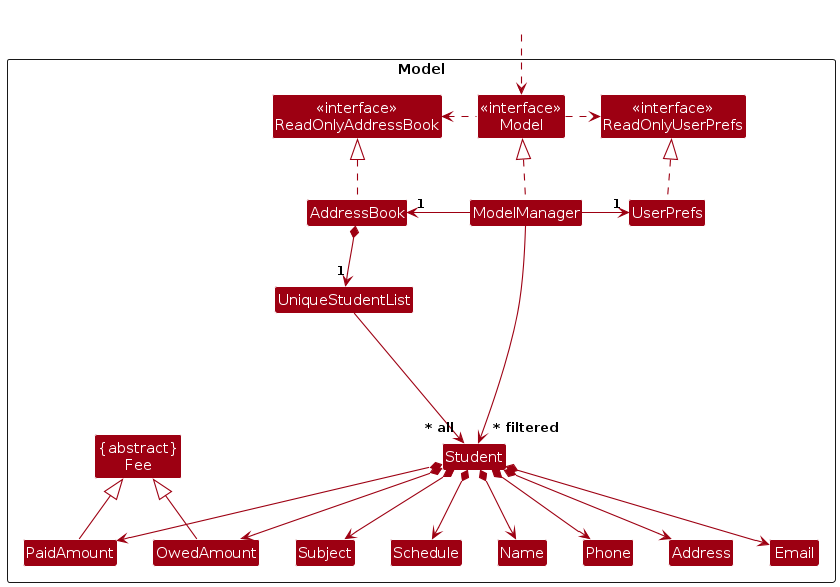
Above: diagrams/ModelClassDiagram.png in Soumyadip-cmd/tp (PlantUML), before the change. Its source is kept beside it as diagrams/ModelClassDiagram.puml.
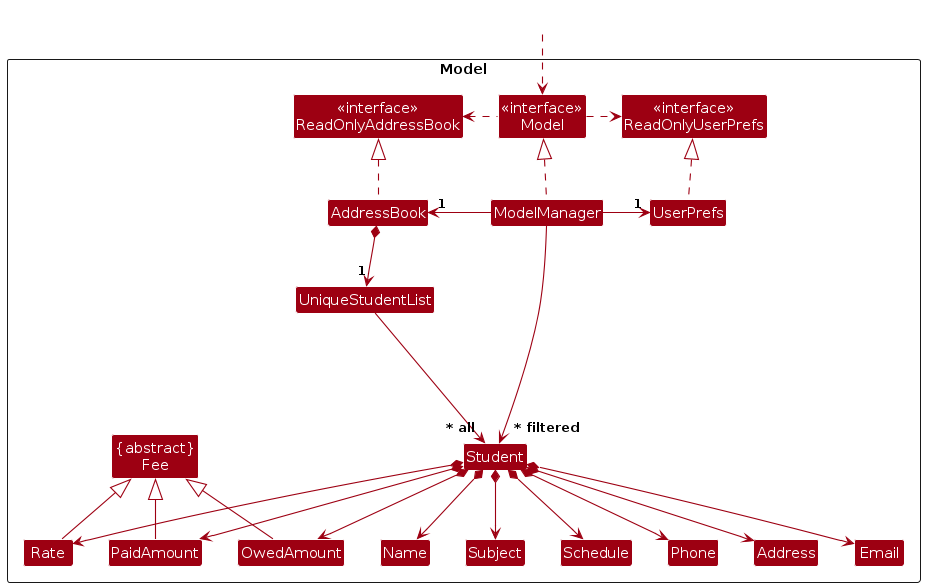
Above is the later version.

Change to the diagram source:
```diff
@@ -23,6 +23,7 @@
 Class "{abstract}\nFee" as Fee
 Class PaidAmount
 Class OwedAmount
+Class Rate
 
 Class I #FFFFFF
 }
@@ -49,9 +50,10 @@
 Student *--> Subject
 Student *--> PaidAmount
 Student *--> OwedAmount
+Student *--> Rate
 PaidAmount -up-|> Fee
 OwedAmount -up-|> Fee
-
+Rate -up-|> Fee
 
 Student -[hidden]up--> I
 UniqueStudentList -[hidden]right-> I
```
